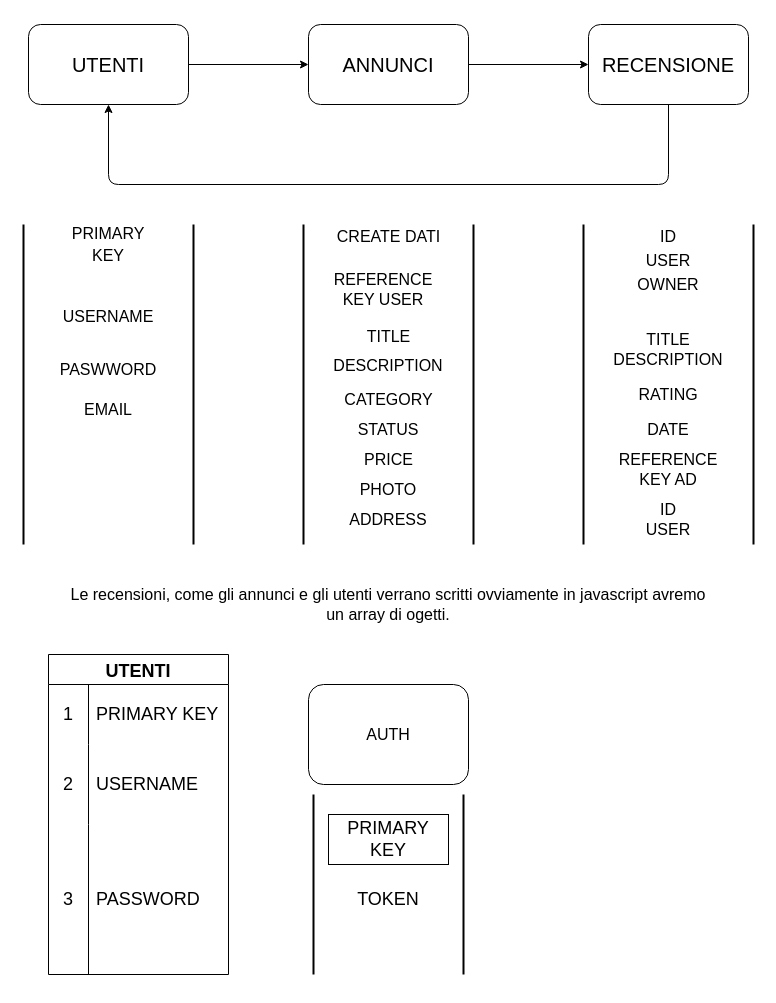
Above: strutturasitoacquisti.Dio in GiuseppeRandazzo/Progetto-Code (draw.io), before the change. Source tidied: cells renumbered, new cells numbered last; positions are measured from the earlier drawing's top-left corner, leaving out a move shared by most shapes. Both pictures are drawn from the tidied source at 100%, with x=0, y=0 at pixel (18, 24).
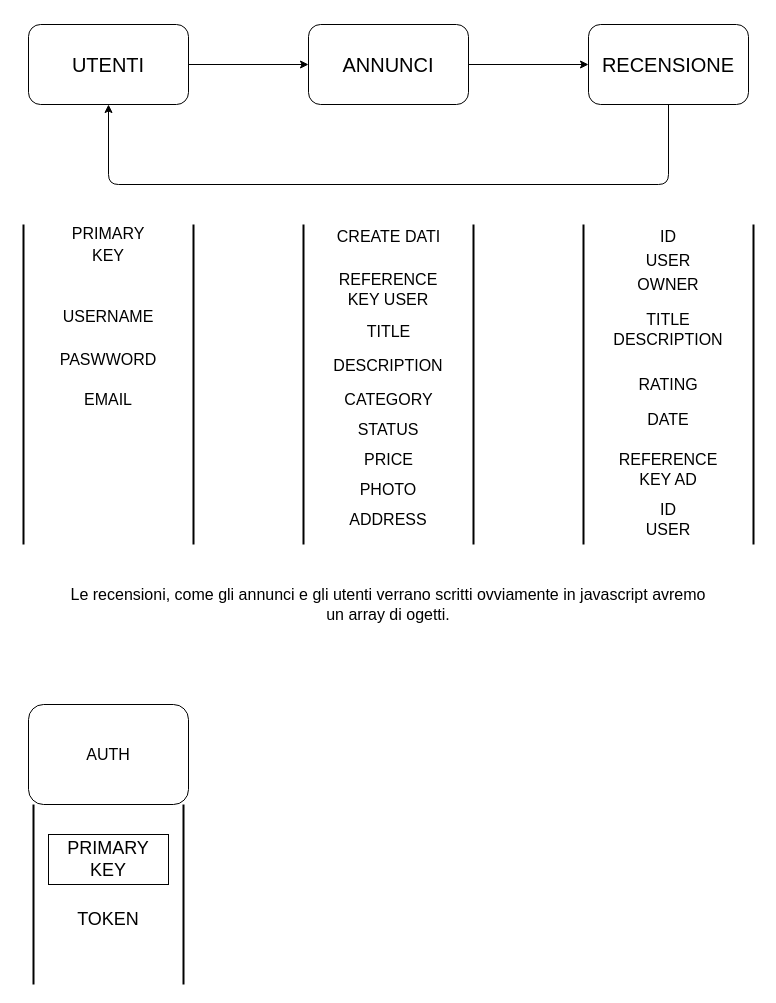
The same diagram, later.

What changed in the source:
```diff
@@
     <mxCell id="18" value="&lt;font style=&quot;font-size: 16px;&quot;&gt;TITLE&lt;br&gt;&lt;/font&gt;" style="text;html=1;align=center;verticalAlign=middle;strokeColor=none;fillColor=none;fontSize=21;rounded=1;" parent="1" vertex="1">
-      <mxGeometry x="335" y="290" width="70" height="40" as="geometry" />
+      <mxGeometry x="335" y="285" width="70" height="40" as="geometry" />
     </mxCell>
@@
     <mxCell id="22" value="PASWWORD" style="text;strokeColor=none;align=center;fillColor=none;html=1;verticalAlign=middle;whiteSpace=wrap;rounded=1;fontSize=16;" parent="1" vertex="1">
-      <mxGeometry x="60" y="330" width="60" height="30" as="geometry" />
+      <mxGeometry x="60" y="320" width="60" height="30" as="geometry" />
     </mxCell>
     <mxCell id="23" value="EMAIL" style="text;strokeColor=none;align=center;fillColor=none;html=1;verticalAlign=middle;whiteSpace=wrap;rounded=1;fontSize=16;" parent="1" vertex="1">
-      <mxGeometry x="60" y="370" width="60" height="30" as="geometry" />
+      <mxGeometry x="60" y="360" width="60" height="30" as="geometry" />
     </mxCell>
@@
     <mxCell id="28" value="TITLE&lt;br&gt;DESCRIPTION" style="text;strokeColor=none;align=center;fillColor=none;html=1;verticalAlign=middle;whiteSpace=wrap;rounded=1;hachureGap=4;fontFamily=Helvetica;fontSize=16;" parent="1" vertex="1">
-      <mxGeometry x="620" y="310" width="60" height="30" as="geometry" />
+      <mxGeometry x="620" y="290" width="60" height="30" as="geometry" />
     </mxCell>
     <mxCell id="29" value="RATING" style="text;strokeColor=none;align=center;fillColor=none;html=1;verticalAlign=middle;whiteSpace=wrap;rounded=1;hachureGap=4;fontFamily=Helvetica;fontSize=16;" parent="1" vertex="1">
-      <mxGeometry x="620" y="355" width="60" height="30" as="geometry" />
+      <mxGeometry x="620" y="345" width="60" height="30" as="geometry" />
     </mxCell>
     <mxCell id="30" value="DATE" style="text;strokeColor=none;align=center;fillColor=none;html=1;verticalAlign=middle;whiteSpace=wrap;rounded=1;hachureGap=4;fontFamily=Helvetica;fontSize=16;" parent="1" vertex="1">
-      <mxGeometry x="620" y="390" width="60" height="30" as="geometry" />
+      <mxGeometry x="620" y="380" width="60" height="30" as="geometry" />
     </mxCell>
     <mxCell id="31" value="REFERENCE KEY AD" style="text;strokeColor=none;align=center;fillColor=none;html=1;verticalAlign=middle;whiteSpace=wrap;rounded=1;hachureGap=4;fontFamily=Helvetica;fontSize=16;" parent="1" vertex="1">
-      <mxGeometry x="620" y="430" width="60" height="30" as="geometry" />
+      <mxGeometry x="620" y="410" width="60" height="70" as="geometry" />
     </mxCell>
     <mxCell id="32" value="REFERENCE KEY USER&lt;br&gt;" style="text;strokeColor=none;align=center;fillColor=none;html=1;verticalAlign=middle;whiteSpace=wrap;rounded=1;hachureGap=4;fontFamily=Helvetica;fontSize=16;" parent="1" vertex="1">
-      <mxGeometry x="335" y="250" width="60" height="30" as="geometry" />
+      <mxGeometry x="340" y="250" width="60" height="30" as="geometry" />
     </mxCell>
@@
     <mxCell id="35" value="AUTH" style="whiteSpace=wrap;html=1;rounded=1;hachureGap=4;fontFamily=Helvetica;fontSize=16;" parent="1" vertex="1">
-      <mxGeometry x="290" y="660" width="160" height="100" as="geometry" />
+      <mxGeometry x="10" y="680" width="160" height="100" as="geometry" />
     </mxCell>
     <mxCell id="36" style="line;strokeWidth=2;direction=south;html=1;" parent="1" vertex="1">
-      <mxGeometry x="440" y="770" width="10" height="180" as="geometry" />
+      <mxGeometry x="160" y="780" width="10" height="180" as="geometry" />
     </mxCell>
     <mxCell id="37" style="line;strokeWidth=2;direction=south;html=1;" parent="1" vertex="1">
-      <mxGeometry x="290" y="770" width="10" height="180" as="geometry" />
+      <mxGeometry x="10" y="780" width="10" height="180" as="geometry" />
     </mxCell>
     <mxCell id="38" value="&lt;font style=&quot;font-size: 18px;&quot;&gt;PRIMARY KEY&lt;br&gt;&lt;/font&gt;" style="whiteSpace=wrap;html=1;" parent="1" vertex="1">
-      <mxGeometry x="310" y="790" width="120" height="50" as="geometry" />
+      <mxGeometry x="30" y="810" width="120" height="50" as="geometry" />
     </mxCell>
-    <mxCell id="39" value="UTENTI" style="shape=table;startSize=30;childLayout=tableLayout;rowLines=0;fontStyle=1;fontSize=18;" parent="1" vertex="1">
-      <mxGeometry x="30" y="630" width="180" height="320" as="geometry" />
-    </mxCell>
-    <mxCell id="40" style="shape=tableRow;horizontal=0;startSize=0;swimlaneHead=0;swimlaneBody=0;top=0;left=0;bottom=0;right=0;fillColor=none;fontSize=18;" parent="39" vertex="1">
-      <mxGeometry y="30" width="180" height="60" as="geometry" />
-    </mxCell>
-    <mxCell id="41" value="1" style="shape=partialRectangle;html=1;whiteSpace=wrap;fillColor=none;top=0;left=0;bottom=0;right=0;overflow=hidden;fontSize=18;" parent="40" vertex="1">
-      <mxGeometry width="40" height="60" as="geometry" />
-    </mxCell>
-    <mxCell id="42" value="PRIMARY KEY" style="shape=partialRectangle;html=1;whiteSpace=wrap;fillColor=none;top=0;left=0;bottom=0;right=0;align=left;spacingLeft=6;overflow=hidden;fontSize=18;" parent="40" vertex="1">
-      <mxGeometry x="40" width="140" height="60" as="geometry" />
-    </mxCell>
-    <mxCell id="43" style="shape=tableRow;horizontal=0;startSize=0;swimlaneHead=0;swimlaneBody=0;top=0;left=0;bottom=0;right=0;fillColor=none;fontSize=18;" parent="39" vertex="1">
-      <mxGeometry y="90" width="180" height="80" as="geometry" />
-    </mxCell>
-    <mxCell id="44" value="2" style="shape=partialRectangle;html=1;whiteSpace=wrap;fillColor=none;top=0;left=0;bottom=0;right=0;overflow=hidden;fontSize=18;" parent="43" vertex="1">
-      <mxGeometry width="40" height="80" as="geometry" />
-    </mxCell>
-    <mxCell id="45" value="USERNAME" style="shape=partialRectangle;html=1;whiteSpace=wrap;fillColor=none;top=0;left=0;bottom=0;right=0;align=left;spacingLeft=6;overflow=hidden;fontSize=18;" parent="43" vertex="1">
-      <mxGeometry x="40" width="140" height="80" as="geometry" />
-    </mxCell>
-    <mxCell id="46" style="shape=tableRow;horizontal=0;startSize=0;swimlaneHead=0;swimlaneBody=0;top=0;left=0;bottom=0;right=0;fillColor=none;fontSize=18;" parent="39" vertex="1">
-      <mxGeometry y="170" width="180" height="150" as="geometry" />
-    </mxCell>
-    <mxCell id="47" value="3" style="shape=partialRectangle;html=1;whiteSpace=wrap;fillColor=none;top=0;left=0;bottom=0;right=0;overflow=hidden;fontSize=18;" parent="46" vertex="1">
-      <mxGeometry width="40" height="150" as="geometry" />
-    </mxCell>
-    <mxCell id="48" value="PASSWORD" style="shape=partialRectangle;html=1;whiteSpace=wrap;fillColor=none;top=0;left=0;bottom=0;right=0;align=left;spacingLeft=6;overflow=hidden;fontSize=18;" parent="46" vertex="1">
-      <mxGeometry x="40" width="140" height="150" as="geometry" />
-    </mxCell>
     <mxCell id="49" value="TOKEN" style="text;strokeColor=none;align=center;fillColor=none;html=1;verticalAlign=middle;whiteSpace=wrap;rounded=0;fontSize=18;" parent="1" vertex="1">
-      <mxGeometry x="340" y="860" width="60" height="30" as="geometry" />
+      <mxGeometry x="60" y="880" width="60" height="30" as="geometry" />
     </mxCell>
```
